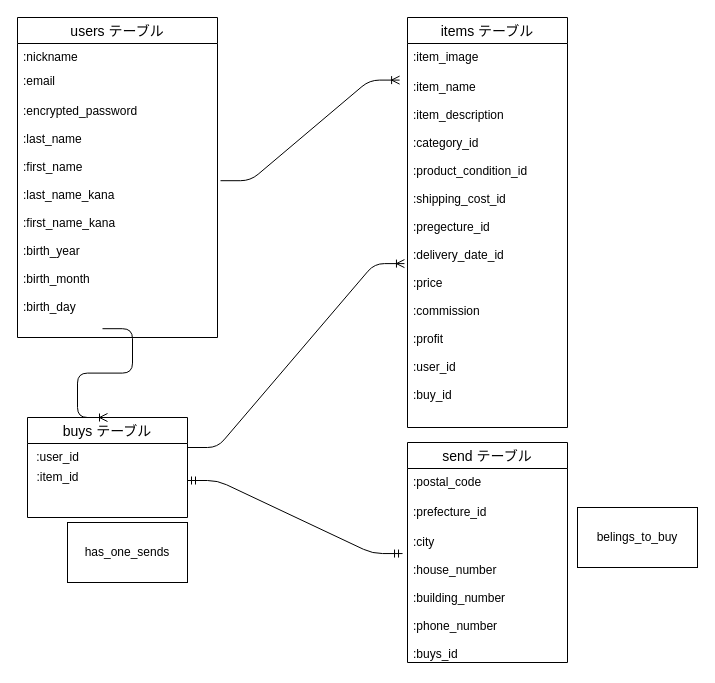
This is er.dio from miyukiimai/furima-36052, a draw.io file, before an edit. Source tidied: cells renumbered, new cells numbered last; positions are measured from the earlier drawing's top-left corner, leaving out a move shared by most shapes. Both pictures are drawn from the tidied source at 100%, with x=0, y=0 at pixel (17, 17).
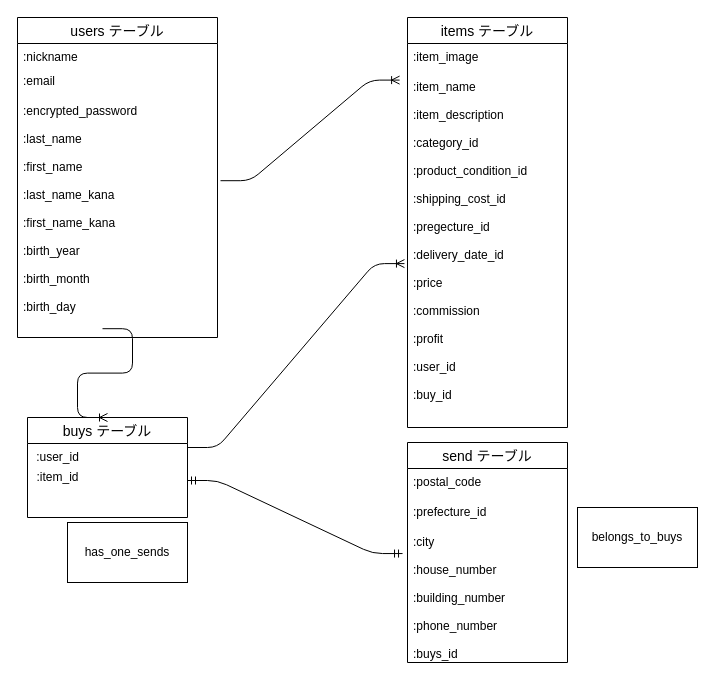
The same diagram, later.

What changed in the source:
```diff
@@
-    <mxCell id="21" value="belings_to_buy" style="whiteSpace=wrap;html=1;" parent="1" vertex="1">
+    <mxCell id="21" value="belongs_to_buys" style="whiteSpace=wrap;html=1;" parent="1" vertex="1">
       <mxGeometry x="560" y="490" width="120" height="60" as="geometry" />
     </mxCell>
```
